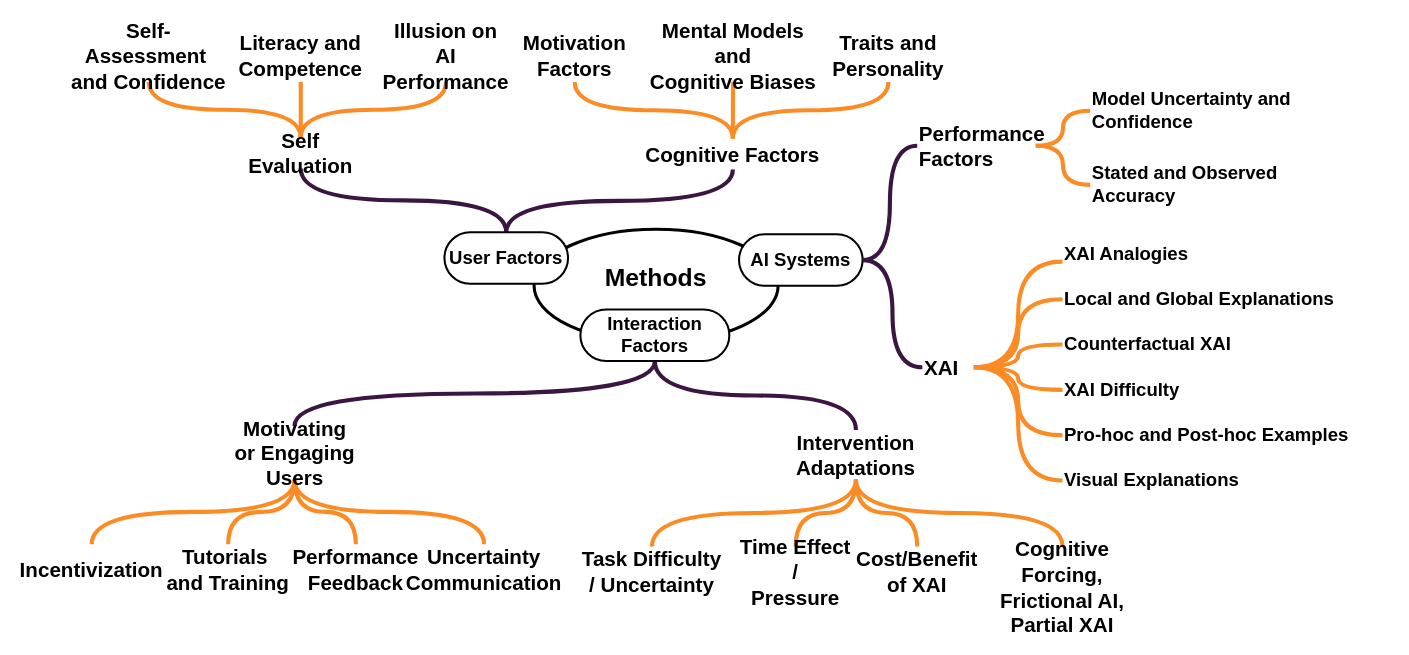
The draw.io diagram ext/chi-rev-method-overview.drawio in raeeschaudhary/Coursera_Exams, before the edit. Source tidied: cells renumbered, new cells numbered last; positions are measured from the earlier drawing's top-left corner, leaving out a move shared by most shapes. Both pictures are drawn from the tidied source at 103%, with x=0, y=0 at pixel (18, 30).
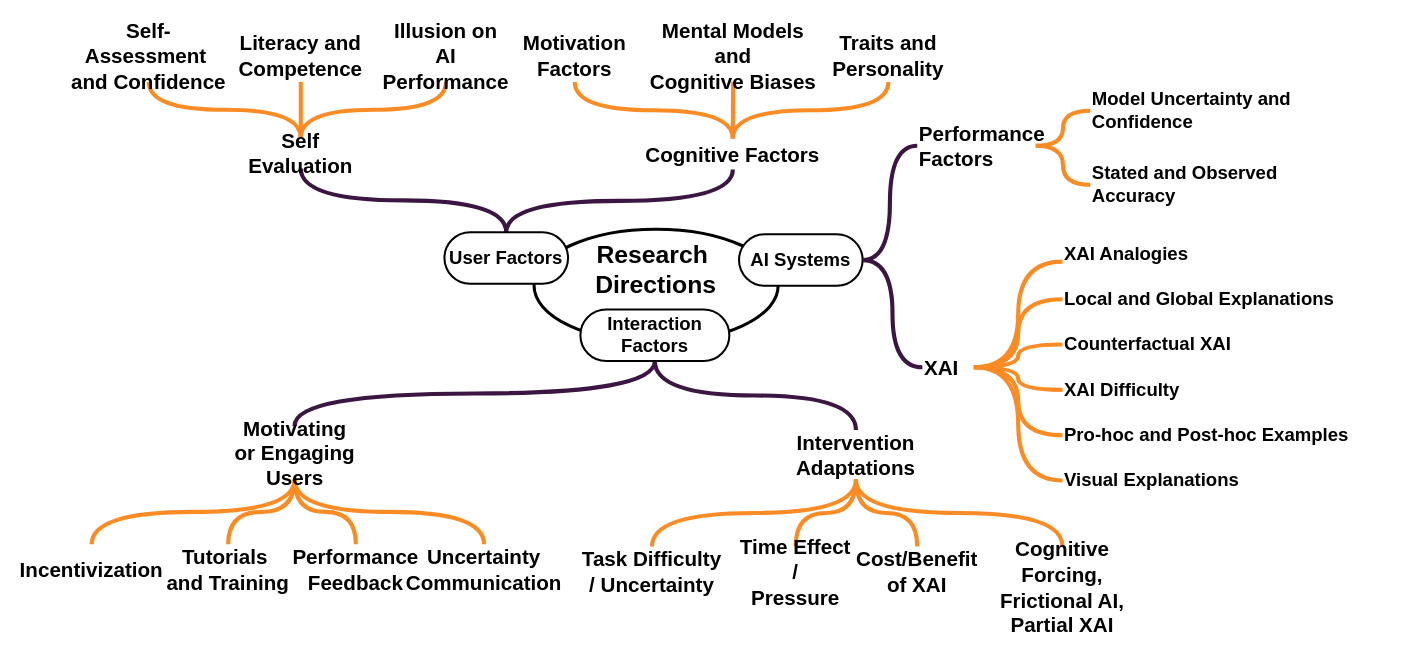
After the change.

Diff of the diagram source:
```diff
@@
-    <mxCell id="2" value="Methods" style="ellipse;whiteSpace=wrap;html=1;strokeWidth=3;fontFamily=corbel;fontSize=24;fontStyle=1;verticalAlign=top;spacingTop=27;" parent="1" vertex="1">
+    <mxCell id="2" value="Research&amp;nbsp;&lt;div&gt;Directions&lt;/div&gt;" style="ellipse;whiteSpace=wrap;html=1;strokeWidth=3;fontFamily=corbel;fontSize=24;fontStyle=1;verticalAlign=top;spacingTop=4;" parent="1" vertex="1">
       <mxGeometry x="501" y="193" width="237" height="110" as="geometry" />
     </mxCell>
```
